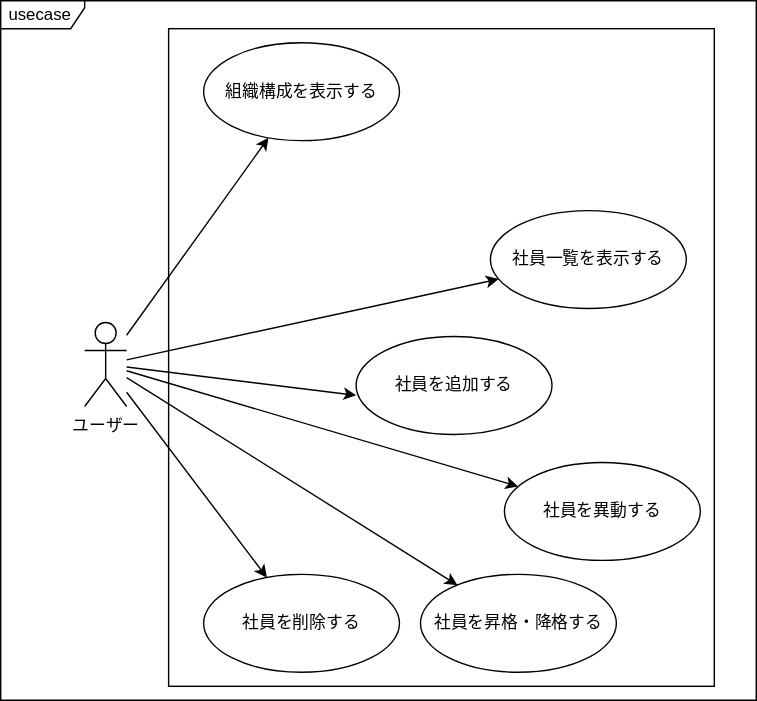
The draw.io diagram Designs/ユースケース/Usecases.svg in bosssanovar/LightMvvmSample, before a commit. Source tidied: cells renumbered, new cells last; positions are measured from the earlier drawing's top-left corner, leaving out a move shared by most shapes.
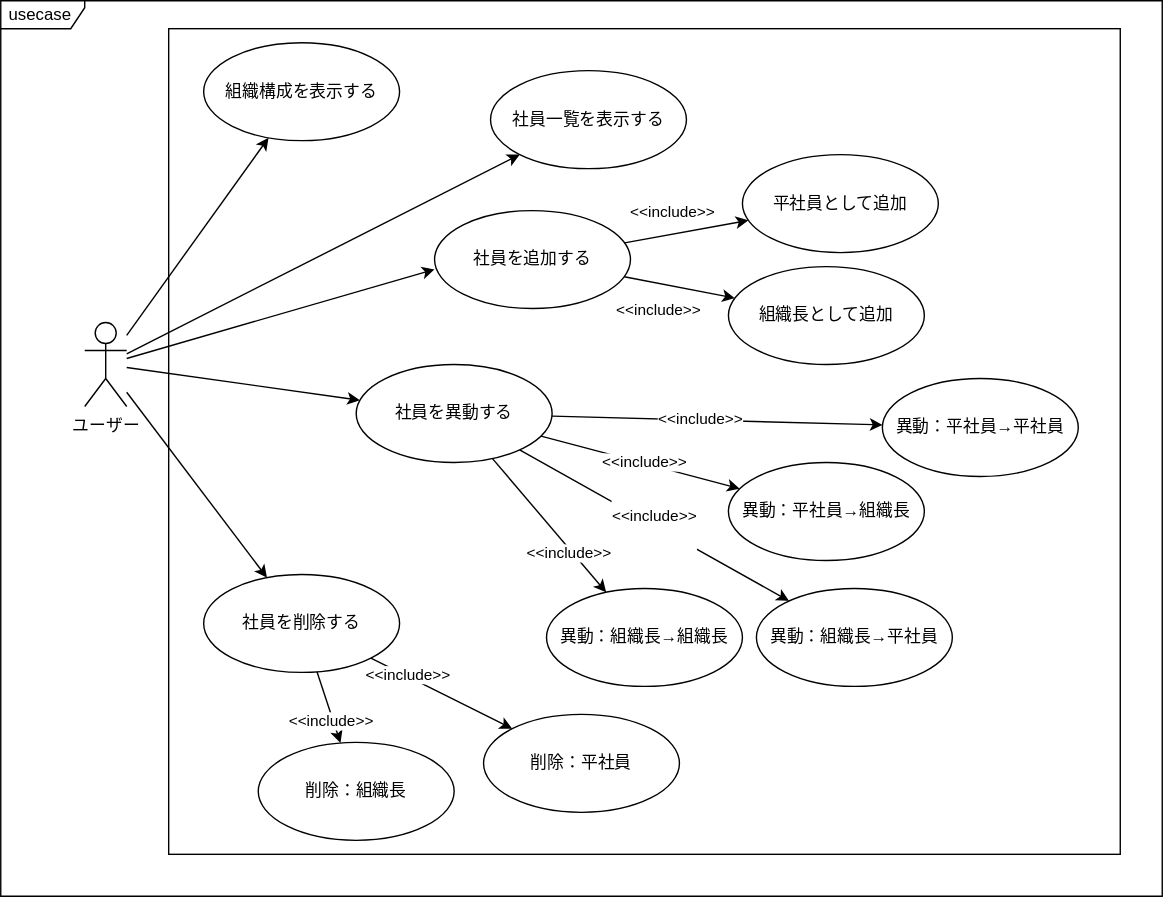
Later version of the same file.

The edit, as a diff of the source:
```diff
@@ -3,26 +3,71 @@
     <mxCell id="0" />
     <mxCell id="1" parent="0" />
     <mxCell id="2" value="usecase&amp;nbsp;" style="shape=umlFrame;whiteSpace=wrap;html=1;width=60;height=20;swimlaneFillColor=#FFFFFF;" parent="1" vertex="1">
-      <mxGeometry width="540" height="500" as="geometry" />
+      <mxGeometry width="830" height="640" as="geometry" />
     </mxCell>
     <mxCell id="3" style="rounded=0;whiteSpace=wrap;html=1;" parent="1" vertex="1">
-      <mxGeometry x="120" y="20" width="390" height="470" as="geometry" />
+      <mxGeometry x="120" y="20" width="680" height="590" as="geometry" />
     </mxCell>
+    <mxCell id="17" style="edgeStyle=none;html=1;" parent="1" edge="1" source="4" target="32">
+      <mxGeometry relative="1" as="geometry" />
+    </mxCell>
+    <mxCell id="18" value="&amp;lt;&amp;lt;include&amp;gt;&amp;gt;" style="edgeLabel;html=1;align=center;verticalAlign=middle;" parent="17" vertex="1">
+      <mxGeometry x="0.36" relative="1" as="geometry">
+        <mxPoint x="-26" y="-12" as="offset" />
+      </mxGeometry>
+    </mxCell>
+    <mxCell id="19" style="edgeStyle=none;html=1;" parent="1" edge="1" source="4" target="33">
+      <mxGeometry relative="1" as="geometry" />
+    </mxCell>
+    <mxCell id="20" value="&amp;lt;&amp;lt;include&amp;gt;&amp;gt;" style="edgeLabel;html=1;align=center;verticalAlign=middle;" parent="19" vertex="1">
+      <mxGeometry x="0.48" y="-5" relative="1" as="geometry">
+        <mxPoint x="-33" y="7" as="offset" />
+      </mxGeometry>
+    </mxCell>
     <mxCell id="4" value="社員を追加する" style="ellipse;whiteSpace=wrap;html=1;" parent="1" vertex="1">
-      <mxGeometry x="254" y="240" width="140" height="70" as="geometry" />
+      <mxGeometry x="310" y="150" width="140" height="70" as="geometry" />
     </mxCell>
+    <mxCell id="21" style="edgeStyle=none;html=1;" parent="1" edge="1" source="5" target="34">
+      <mxGeometry relative="1" as="geometry" />
+    </mxCell>
+    <mxCell id="22" value="&amp;lt;&amp;lt;include&amp;gt;&amp;gt;" style="edgeLabel;html=1;align=center;verticalAlign=middle;" parent="21" vertex="1">
+      <mxGeometry x="-0.1" y="1" relative="1" as="geometry" />
+    </mxCell>
+    <mxCell id="23" style="edgeStyle=none;html=1;" parent="1" edge="1" source="5" target="35">
+      <mxGeometry relative="1" as="geometry" />
+    </mxCell>
+    <mxCell id="24" value="&amp;lt;&amp;lt;include&amp;gt;&amp;gt;" style="edgeLabel;html=1;align=center;verticalAlign=middle;" parent="23" vertex="1">
+      <mxGeometry x="0.26" y="-2" relative="1" as="geometry">
+        <mxPoint x="-15" y="-7" as="offset" />
+      </mxGeometry>
+    </mxCell>
+    <mxCell id="25" value="&#10;&lt;span style=&quot;color: rgb(0, 0, 0); font-family: Helvetica; font-size: 11px; font-style: normal; font-variant-ligatures: normal; font-variant-caps: normal; font-weight: 400; letter-spacing: normal; orphans: 2; text-align: center; text-indent: 0px; text-transform: none; widows: 2; word-spacing: 0px; -webkit-text-stroke-width: 0px; background-color: rgb(255, 255, 255); text-decoration-thickness: initial; text-decoration-style: initial; text-decoration-color: initial; float: none; display: inline !important;&quot;&gt;&amp;lt;&amp;lt;include&amp;gt;&amp;gt;&lt;/span&gt;&#10;&#10;" style="edgeStyle=none;html=1;" parent="1" edge="1" source="5" target="36">
+      <mxGeometry relative="1" as="geometry" />
+    </mxCell>
+    <mxCell id="26" style="edgeStyle=none;html=1;" parent="1" edge="1" source="5" target="37">
+      <mxGeometry relative="1" as="geometry" />
+    </mxCell>
+    <mxCell id="27" value="&amp;lt;&amp;lt;include&amp;gt;&amp;gt;" style="edgeLabel;html=1;align=center;verticalAlign=middle;" parent="26" vertex="1">
+      <mxGeometry x="0.37" y="-2" relative="1" as="geometry" />
+    </mxCell>
     <mxCell id="5" value="社員を異動する" style="ellipse;whiteSpace=wrap;html=1;" parent="1" vertex="1">
-      <mxGeometry x="360" y="330" width="140" height="70" as="geometry" />
+      <mxGeometry x="254" y="260" width="140" height="70" as="geometry" />
     </mxCell>
-    <mxCell id="6" value="社員を昇格・降格する" style="ellipse;whiteSpace=wrap;html=1;" parent="1" vertex="1">
-      <mxGeometry x="300" y="410" width="140" height="70" as="geometry" />
-    </mxCell>
+    <mxCell id="28" style="edgeStyle=none;html=1;" parent="1" edge="1" source="7" target="38">
+      <mxGeometry relative="1" as="geometry" />
+    </mxCell>
+    <mxCell id="29" value="&amp;lt;&amp;lt;include&amp;gt;&amp;gt;" style="edgeLabel;html=1;align=center;verticalAlign=middle;" parent="28" vertex="1">
+      <mxGeometry x="-0.48" y="1" relative="1" as="geometry" />
+    </mxCell>
+    <mxCell id="30" style="edgeStyle=none;html=1;" parent="1" edge="1" source="7" target="39">
+      <mxGeometry relative="1" as="geometry" />
+    </mxCell>
+    <mxCell id="31" value="&amp;lt;&amp;lt;include&amp;gt;&amp;gt;" style="edgeLabel;html=1;align=center;verticalAlign=middle;" parent="30" vertex="1">
+      <mxGeometry x="0.35" y="-2" relative="1" as="geometry" />
+    </mxCell>
     <mxCell id="7" value="社員を削除する" style="ellipse;whiteSpace=wrap;html=1;" parent="1" vertex="1">
       <mxGeometry x="145" y="410" width="140" height="70" as="geometry" />
     </mxCell>
-    <mxCell id="8" style="edgeStyle=none;html=1;" parent="1" edge="1" source="14" target="6">
-      <mxGeometry relative="1" as="geometry" />
-    </mxCell>
     <mxCell id="9" style="edgeStyle=none;html=1;" parent="1" edge="1" source="14" target="7">
       <mxGeometry relative="1" as="geometry" />
     </mxCell>
@@ -42,10 +87,34 @@
       <mxGeometry x="60" y="230" width="30" height="60" as="geometry" />
     </mxCell>
     <mxCell id="15" value="社員一覧を表示する" style="ellipse;whiteSpace=wrap;html=1;" parent="1" vertex="1">
-      <mxGeometry x="350" y="150" width="140" height="70" as="geometry" />
+      <mxGeometry x="350" y="50" width="140" height="70" as="geometry" />
     </mxCell>
     <mxCell id="16" value="組織構成を表示する" style="ellipse;whiteSpace=wrap;html=1;" parent="1" vertex="1">
       <mxGeometry x="145" y="30" width="140" height="70" as="geometry" />
     </mxCell>
+    <mxCell id="32" value="平社員として追加" style="ellipse;whiteSpace=wrap;html=1;" parent="1" vertex="1">
+      <mxGeometry x="530" y="110" width="140" height="70" as="geometry" />
+    </mxCell>
+    <mxCell id="33" value="組織長として追加" style="ellipse;whiteSpace=wrap;html=1;" parent="1" vertex="1">
+      <mxGeometry x="520" y="190" width="140" height="70" as="geometry" />
+    </mxCell>
+    <mxCell id="34" value="異動：平社員→平社員" style="ellipse;whiteSpace=wrap;html=1;" parent="1" vertex="1">
+      <mxGeometry x="630" y="270" width="140" height="70" as="geometry" />
+    </mxCell>
+    <mxCell id="35" value="異動：平社員→組織長" style="ellipse;whiteSpace=wrap;html=1;" parent="1" vertex="1">
+      <mxGeometry x="520" y="330" width="140" height="70" as="geometry" />
+    </mxCell>
+    <mxCell id="36" value="異動：組織長→平社員" style="ellipse;whiteSpace=wrap;html=1;" parent="1" vertex="1">
+      <mxGeometry x="540" y="420" width="140" height="70" as="geometry" />
+    </mxCell>
+    <mxCell id="37" value="異動：組織長→組織長" style="ellipse;whiteSpace=wrap;html=1;" parent="1" vertex="1">
+      <mxGeometry x="390" y="420" width="140" height="70" as="geometry" />
+    </mxCell>
+    <mxCell id="38" value="削除：平社員" style="ellipse;whiteSpace=wrap;html=1;" parent="1" vertex="1">
+      <mxGeometry x="345" y="510" width="140" height="70" as="geometry" />
+    </mxCell>
+    <mxCell id="39" value="削除：組織長" style="ellipse;whiteSpace=wrap;html=1;" parent="1" vertex="1">
+      <mxGeometry x="184" y="530" width="140" height="70" as="geometry" />
+    </mxCell>
   </root>
 </mxGraphModel>
```
